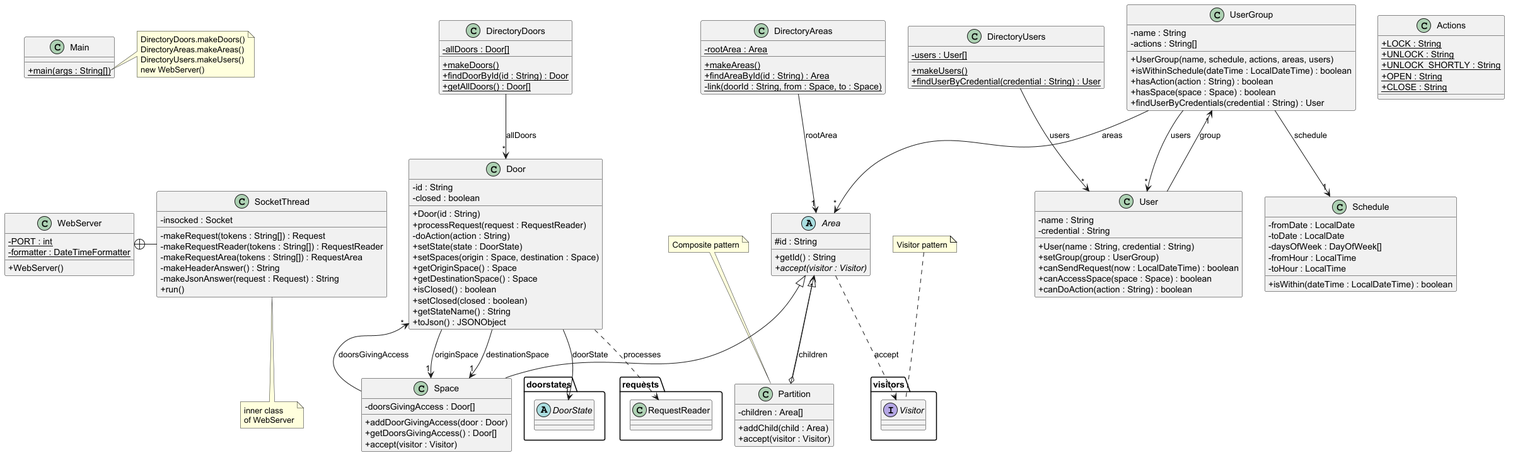
Above: out/production/DS/milestone1/uml/milestone1.png in NIU1747146/Practica-DS (PlantUML), before the change. Source of this version:
```plantuml
@startuml
skinparam classAttributeIconSize 0

class Main {
+ {static} main(args : String[])
}
note right of Main::main
DirectoryDoors.makeDoors()
DirectoryAreas.makeAreas()
DirectoryUsers.makeUsers()
new WebServer()
end note

class WebServer {
- {static} PORT : int
- {static} formatter : DateTimeFormatter
+ WebServer()
}

class SocketThread {
- insocked : Socket
- makeRequest(tokens : String[]) : Request
- makeRequestReader(tokens : String[]) : RequestReader
- makeRequestArea(tokens : String[]) : RequestArea
- makeHeaderAnswer() : String
- makeJsonAnswer(request : Request) : String
+ run()
}
WebServer +-right- SocketThread
note bottom of SocketThread
inner class
of WebServer
end note

class DirectoryDoors {
- {static} allDoors : Door[]
+ {static} makeDoors()
+ {static} findDoorById(id : String) : Door
+ {static} getAllDoors() : Door[]
}

class DirectoryAreas {
- {static} rootArea : Area
+ {static} makeAreas()
+ {static} findAreaById(id : String) : Area
- {static} link(doorId : String, from : Space, to : Space)
}

class DirectoryUsers {
- {static} users : User[]
+ {static} makeUsers()
+ {static} findUserByCredential(credential : String) : User
}

abstract class Area {
# id : String
+ getId() : String
+ {abstract} accept(visitor : Visitor)
}

class Partition {
- children : Area[]
+ addChild(child : Area)
+ accept(visitor : Visitor)
}

class Space {
- doorsGivingAccess : Door[]
+ addDoorGivingAccess(door : Door)
+ getDoorsGivingAccess() : Door[]
+ accept(visitor : Visitor)
}

note "Composite pattern" as NComposite
NComposite .. Partition

class Door {
- id : String
- closed : boolean
+ Door(id : String)
+ processRequest(request : RequestReader)
- doAction(action : String)
+ setState(state : DoorState)
+ setSpaces(origin : Space, destination : Space)
+ getOriginSpace() : Space
+ getDestinationSpace() : Space
+ isClosed() : boolean
+ setClosed(closed : boolean)
+ getStateName() : String
+ toJson() : JSONObject
}

class User {
- name : String
- credential : String
+ User(name : String, credential : String)
+ setGroup(group : UserGroup)
+ canSendRequest(now : LocalDateTime) : boolean
+ canAccessSpace(space : Space) : boolean
+ canDoAction(action : String) : boolean
}

class UserGroup {
- name : String
- actions : String[]
+ UserGroup(name, schedule, actions, areas, users)
+ isWithinSchedule(dateTime : LocalDateTime) : boolean
+ hasAction(action : String) : boolean
+ hasSpace(space : Space) : boolean
+ findUserByCredentials(credential : String) : User
}

class Schedule {
- fromDate : LocalDate
- toDate : LocalDate
- daysOfWeek : DayOfWeek[]
- fromHour : LocalTime
- toHour : LocalTime
+ isWithin(dateTime : LocalDateTime) : boolean
}

class Actions {
+ {static} LOCK : String
+ {static} UNLOCK : String
+ {static} UNLOCK_SHORTLY : String
+ {static} OPEN : String
+ {static} CLOSE : String
}

package doorstates {
  abstract class DoorState
}

package requests {
  class RequestReader
}

package visitors {
  interface Visitor
}

Area <|-- Partition
Area <|-- Space
Partition o--> "*" Area : children
Space --> "*" Door : doorsGivingAccess
Door --> "1" Space : originSpace
Door --> "1" Space : destinationSpace
Door --> "1" DoorState : doorState
Door ..> RequestReader : processes

DirectoryDoors --> "*" Door : allDoors
DirectoryAreas --> "1" Area : rootArea
DirectoryUsers --> "*" User : users

User --> "1" UserGroup : group
UserGroup --> "*" User : users
UserGroup --> "*" Area : areas
UserGroup --> "1" Schedule : schedule

Area ..> Visitor : accept
note "Visitor pattern" as NVisitor
NVisitor .. Visitor

Main -[hidden]down- WebServer
@enduml
```
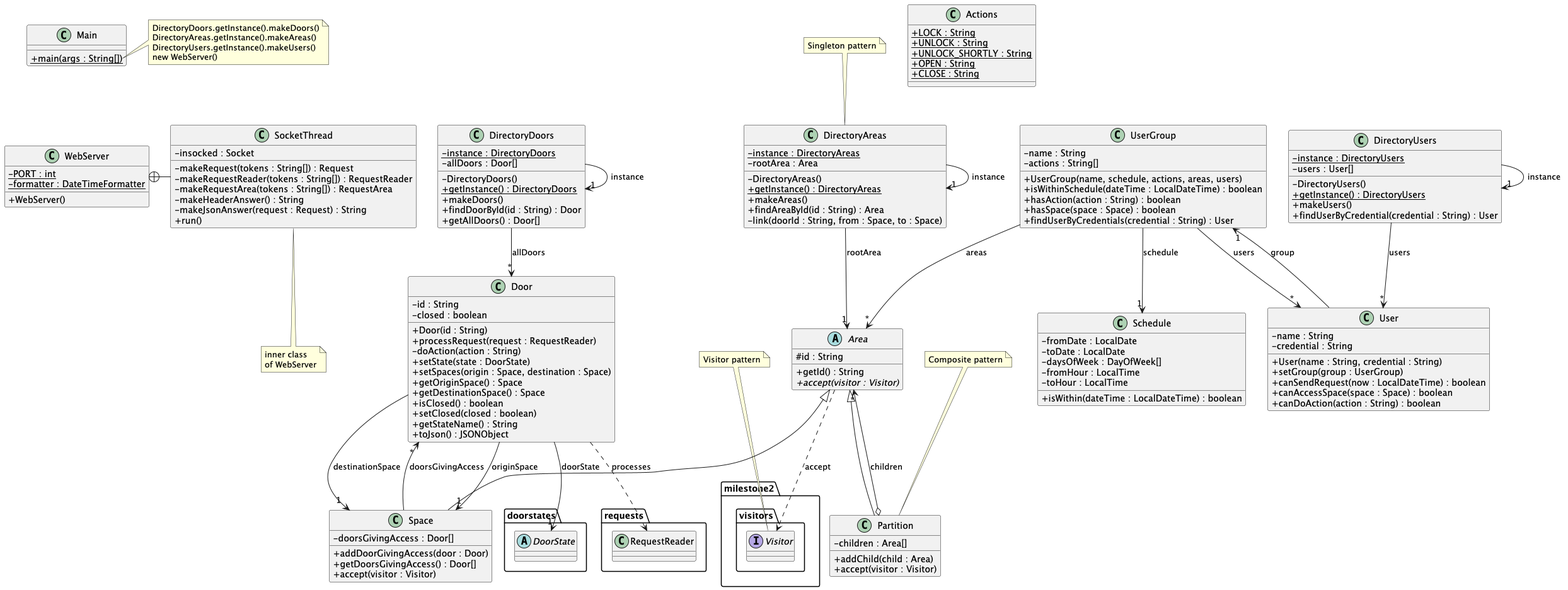
After the commit.

Diff of the diagram source:
```diff
@@ -5,9 +5,9 @@
 + {static} main(args : String[])
 }
 note right of Main::main
-DirectoryDoors.makeDoors()
-DirectoryAreas.makeAreas()
-DirectoryUsers.makeUsers()
+DirectoryDoors.getInstance().makeDoors()
+DirectoryAreas.getInstance().makeAreas()
+DirectoryUsers.getInstance().makeUsers()
 new WebServer()
 end note
 
@@ -33,23 +33,32 @@
 end note
 
 class DirectoryDoors {
-- {static} allDoors : Door[]
-+ {static} makeDoors()
-+ {static} findDoorById(id : String) : Door
-+ {static} getAllDoors() : Door[]
+- {static} instance : DirectoryDoors
+- allDoors : Door[]
+- DirectoryDoors()
++ {static} getInstance() : DirectoryDoors
++ makeDoors()
++ findDoorById(id : String) : Door
++ getAllDoors() : Door[]
 }
 
 class DirectoryAreas {
-- {static} rootArea : Area
-+ {static} makeAreas()
-+ {static} findAreaById(id : String) : Area
-- {static} link(doorId : String, from : Space, to : Space)
+- {static} instance : DirectoryAreas
+- rootArea : Area
+- DirectoryAreas()
++ {static} getInstance() : DirectoryAreas
++ makeAreas()
++ findAreaById(id : String) : Area
+- link(doorId : String, from : Space, to : Space)
 }
 
 class DirectoryUsers {
-- {static} users : User[]
-+ {static} makeUsers()
-+ {static} findUserByCredential(credential : String) : User
+- {static} instance : DirectoryUsers
+- users : User[]
+- DirectoryUsers()
++ {static} getInstance() : DirectoryUsers
++ makeUsers()
++ findUserByCredential(credential : String) : User
 }
 
 abstract class Area {
@@ -135,7 +144,7 @@
   class RequestReader
 }
 
-package visitors {
+package milestone2.visitors {
   interface Visitor
 }
 
@@ -151,6 +160,11 @@
 DirectoryDoors --> "*" Door : allDoors
 DirectoryAreas --> "1" Area : rootArea
 DirectoryUsers --> "*" User : users
+DirectoryDoors --> "1" DirectoryDoors : instance
+DirectoryAreas --> "1" DirectoryAreas : instance
+DirectoryUsers --> "1" DirectoryUsers : instance
+note "Singleton pattern" as NSingleton
+NSingleton .. DirectoryAreas
 
 User --> "1" UserGroup : group
 UserGroup --> "*" User : users
```
